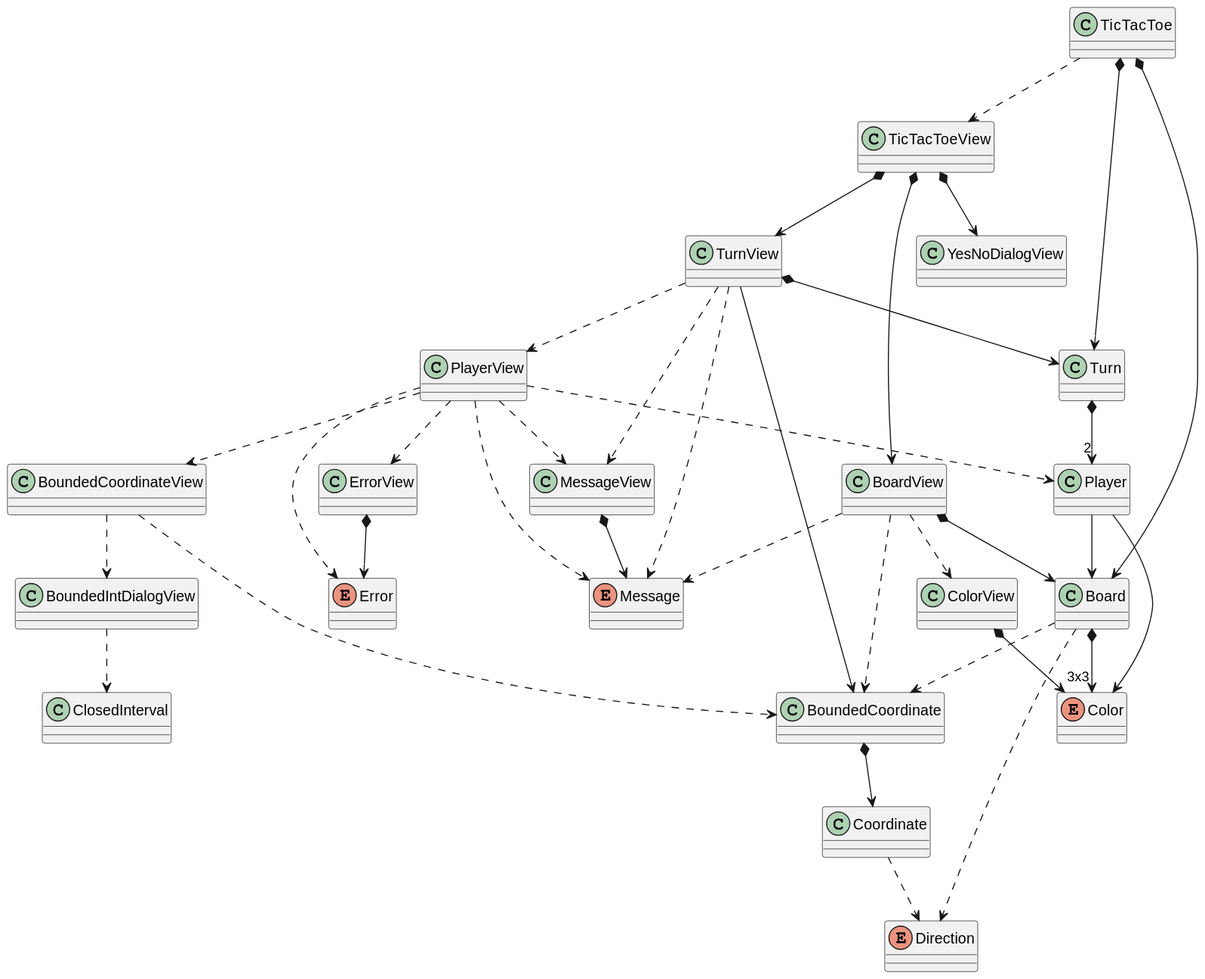
The PlantUML diagram tech-java-basadoObjetos/src/es/usantatecla/tictactoe_v2/docs/classes.svg in jumpering/lab-turing, before a commit.
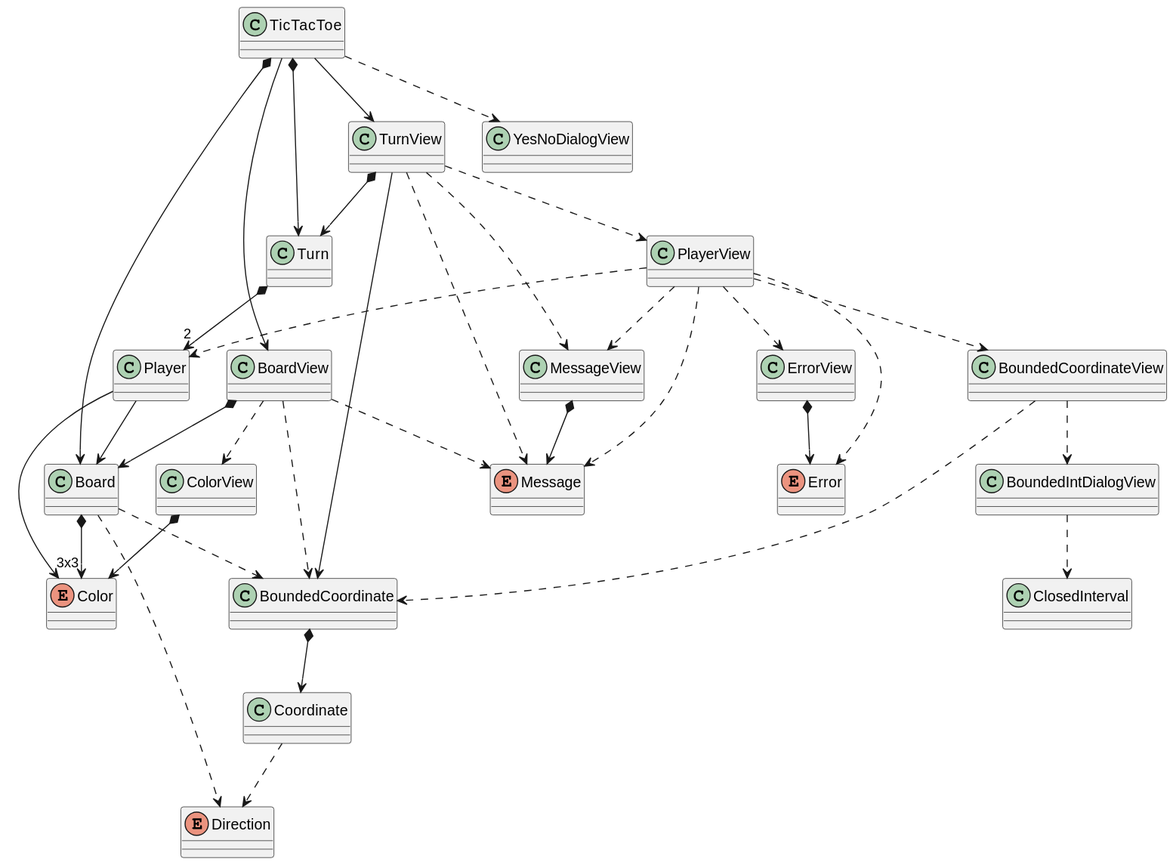
Later version of the same file.

What changed in the source:
```diff
@@ -38,9 +38,6 @@
 class TicTacToe {
 }
 
-class TicTacToeView {
-}
-
 class Turn {
 }
 
@@ -52,10 +49,9 @@
 
 TicTacToe *--> Turn
 TicTacToe *--> Board
-TicTacToe ..> TicTacToeView
-TicTacToeView *--> TurnView
-TicTacToeView *--> BoardView
-TicTacToeView *--> YesNoDialogView
+TicTacToe --> TurnView
+TicTacToe --> BoardView
+TicTacToe ..> YesNoDialogView
 TurnView *--> Turn
 TurnView --> BoundedCoordinate
 TurnView ..> MessageView
```
